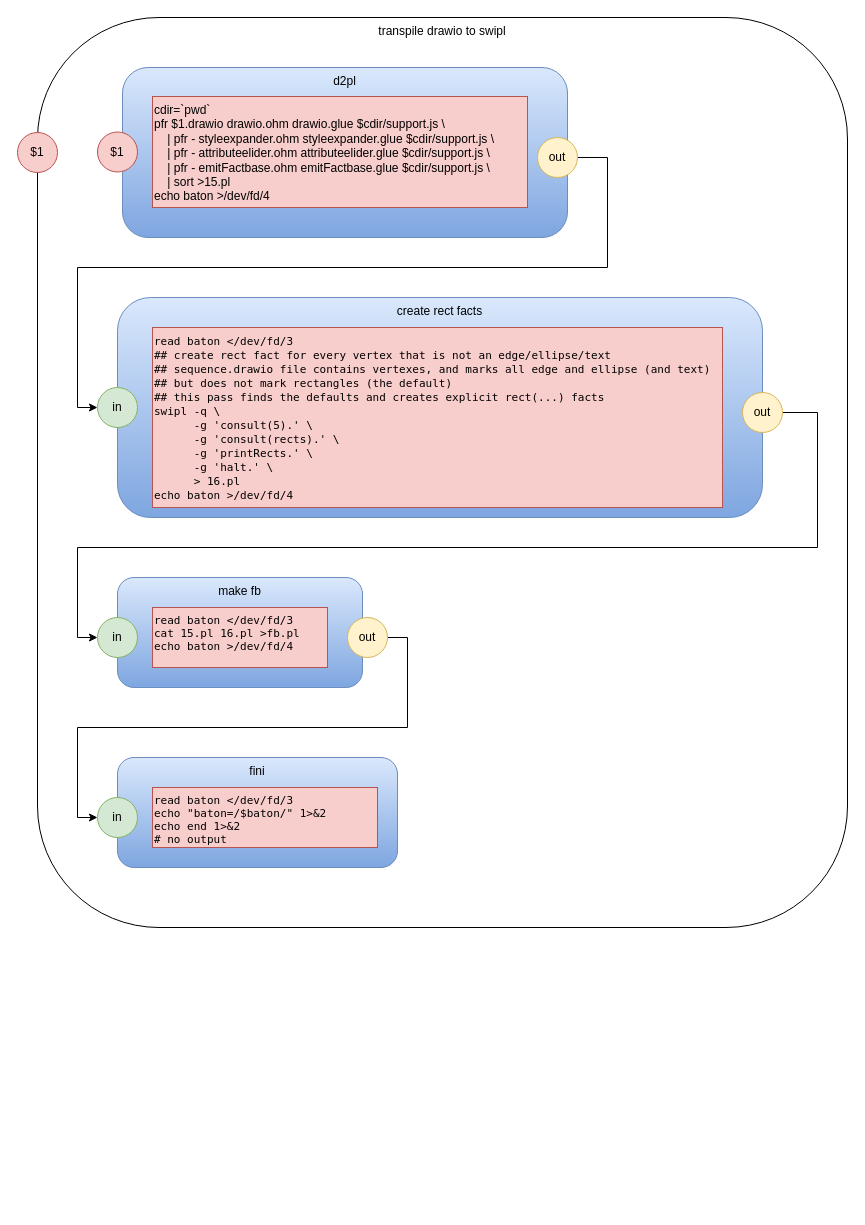
This is transpile_drawio_to_swipl.drawio from guitarvydas/vsh, a draw.io file, before an edit. Source tidied: cells renumbered, new cells numbered last; positions are measured from the earlier drawing's top-left corner, leaving out a move shared by most shapes. Both pictures are drawn from the tidied source at 100%, with x=0, y=0 at pixel (17, 17).
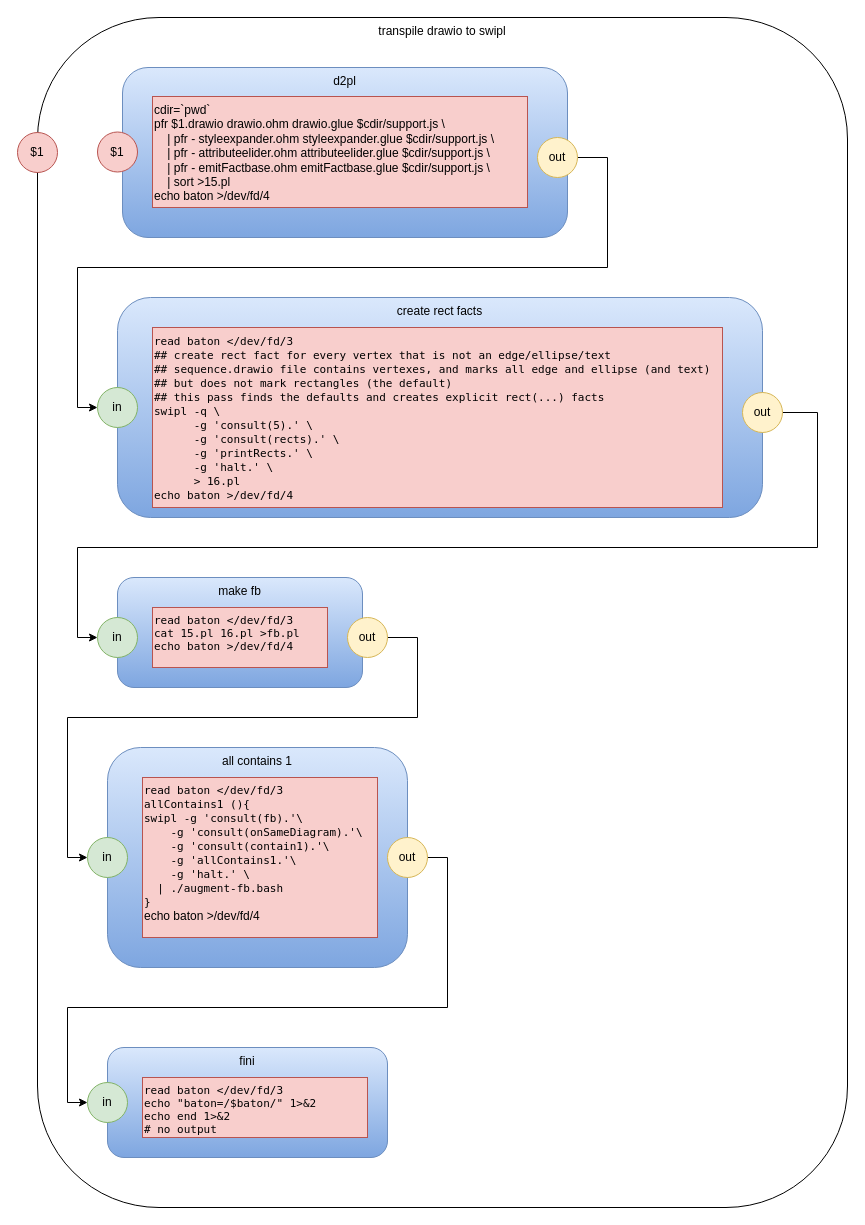
The same diagram, later.

Commit message (it also covers changes not shown here):
all contains 1

The change refers to these unchanged cells:
```xml
<mxCell id="21" value="out" style="ellipse;whiteSpace=wrap;html=1;fillColor=#fff2cc;strokeColor=#d6b656;" parent="1" vertex="1">
  <mxGeometry x="330" y="600" width="40" height="40" as="geometry" />
</mxCell>
```

What changed in the source:
```diff
@@
     <mxCell id="2" value="transpile drawio to swipl" style="rounded=1;whiteSpace=wrap;html=1;verticalAlign=top;" parent="1" vertex="1">
-      <mxGeometry x="20" width="810" height="910" as="geometry" />
+      <mxGeometry x="20" width="810" height="1190" as="geometry" />
     </mxCell>
@@
     <mxCell id="17" value="fini" style="rounded=1;whiteSpace=wrap;html=1;gradientColor=#7ea6e0;fillColor=#dae8fc;strokeColor=#6c8ebf;verticalAlign=top;" parent="1" vertex="1">
-      <mxGeometry x="100" y="740" width="280" height="110" as="geometry" />
+      <mxGeometry x="90" y="1030" width="280" height="110" as="geometry" />
     </mxCell>
     <mxCell id="18" value="in" style="ellipse;whiteSpace=wrap;html=1;fillColor=#d5e8d4;strokeColor=#82b366;" parent="1" vertex="1">
-      <mxGeometry x="80" y="780" width="40" height="40" as="geometry" />
+      <mxGeometry x="70" y="1065" width="40" height="40" as="geometry" />
     </mxCell>
     <mxCell id="19" value="&lt;p class=&quot;p1&quot; style=&quot;margin: 0px ; font-stretch: normal ; font-size: 11px ; line-height: normal ; font-family: &amp;#34;menlo&amp;#34;&quot;&gt;&lt;span class=&quot;s1&quot;&gt;read baton &amp;lt;/dev/fd/3&lt;/span&gt;&lt;/p&gt;&lt;p class=&quot;p1&quot; style=&quot;margin: 0px ; font-stretch: normal ; font-size: 11px ; line-height: normal ; font-family: &amp;#34;menlo&amp;#34;&quot;&gt;&lt;span class=&quot;s1&quot;&gt;echo &quot;baton=/$baton/&quot; 1&amp;gt;&amp;amp;2&lt;/span&gt;&lt;/p&gt;&lt;p class=&quot;p1&quot; style=&quot;margin: 0px ; font-stretch: normal ; font-size: 11px ; line-height: normal ; font-family: &amp;#34;menlo&amp;#34;&quot;&gt;&lt;span class=&quot;s1&quot;&gt;echo end 1&amp;gt;&amp;amp;2&lt;/span&gt;&lt;/p&gt;&lt;p class=&quot;p1&quot; style=&quot;margin: 0px ; font-stretch: normal ; font-size: 11px ; line-height: normal ; font-family: &amp;#34;menlo&amp;#34;&quot;&gt;&lt;span class=&quot;s1&quot;&gt;# no output&lt;/span&gt;&lt;/p&gt;" style="rounded=0;whiteSpace=wrap;html=1;fillColor=#f8cecc;strokeColor=#b85450;align=left;verticalAlign=top;" parent="1" vertex="1">
-      <mxGeometry x="135" y="770" width="225" height="60" as="geometry" />
+      <mxGeometry x="125" y="1060" width="225" height="60" as="geometry" />
     </mxCell>
-    <mxCell id="20" style="edgeStyle=orthogonalEdgeStyle;rounded=0;jettySize=auto;html=1;entryX=0;entryY=0.5;entryDx=0;entryDy=0;" parent="1" edge="1" source="21" target="18">
-      <mxGeometry relative="1" as="geometry">
-        <Array as="points">
-          <mxPoint x="390" y="620" />
-          <mxPoint x="390" y="710" />
-          <mxPoint x="60" y="710" />
-          <mxPoint x="60" y="800" />
-        </Array>
-      </mxGeometry>
-    </mxCell>
+    <mxCell id="22" style="edgeStyle=orthogonalEdgeStyle;rounded=0;jettySize=auto;html=1;entryX=0;entryY=0.5;entryDx=0;entryDy=0;" parent="1" edge="1" source="21" target="24">
+      <mxGeometry relative="1" as="geometry">
+        <Array as="points">
+          <mxPoint x="400" y="620" />
+          <mxPoint x="400" y="700" />
+          <mxPoint x="50" y="700" />
+          <mxPoint x="50" y="840" />
+        </Array>
+      </mxGeometry>
+    </mxCell>
@@
+    <mxCell id="23" value="all contains 1" style="rounded=1;whiteSpace=wrap;html=1;gradientColor=#7ea6e0;fillColor=#dae8fc;strokeColor=#6c8ebf;verticalAlign=top;" parent="1" vertex="1">
+      <mxGeometry x="90" y="730" width="300" height="220" as="geometry" />
+    </mxCell>
+    <mxCell id="24" value="in" style="ellipse;whiteSpace=wrap;html=1;fillColor=#d5e8d4;strokeColor=#82b366;" parent="1" vertex="1">
+      <mxGeometry x="70" y="820" width="40" height="40" as="geometry" />
+    </mxCell>
+    <mxCell id="25" value="&lt;p class=&quot;p1&quot; style=&quot;margin: 0px ; font-stretch: normal ; font-size: 11px ; line-height: normal ; font-family: &amp;#34;menlo&amp;#34;&quot;&gt;&lt;span class=&quot;s1&quot;&gt;read baton &amp;lt;/dev/fd/3&lt;/span&gt;&lt;/p&gt;&lt;p class=&quot;p1&quot; style=&quot;margin: 0px ; font-stretch: normal ; line-height: normal&quot;&gt;&lt;font face=&quot;menlo&quot;&gt;&lt;span style=&quot;font-size: 11px&quot;&gt;allContains1 (){&lt;/span&gt;&lt;/font&gt;&lt;/p&gt;&lt;p class=&quot;p1&quot; style=&quot;margin: 0px ; font-stretch: normal ; line-height: normal&quot;&gt;&lt;font face=&quot;menlo&quot;&gt;&lt;span style=&quot;font-size: 11px&quot;&gt;swipl -g 'consult(fb).'\&lt;/span&gt;&lt;/font&gt;&lt;/p&gt;&lt;p class=&quot;p1&quot; style=&quot;margin: 0px ; font-stretch: normal ; line-height: normal&quot;&gt;&lt;font face=&quot;menlo&quot;&gt;&lt;span style=&quot;font-size: 11px&quot;&gt;&amp;nbsp; &amp;nbsp; -g 'consult(onSameDiagram).'\&lt;/span&gt;&lt;/font&gt;&lt;/p&gt;&lt;p class=&quot;p1&quot; style=&quot;margin: 0px ; font-stretch: normal ; line-height: normal&quot;&gt;&lt;font face=&quot;menlo&quot;&gt;&lt;span style=&quot;font-size: 11px&quot;&gt;&amp;nbsp; &amp;nbsp; -g 'consult(contain1).'\&lt;/span&gt;&lt;/font&gt;&lt;/p&gt;&lt;p class=&quot;p1&quot; style=&quot;margin: 0px ; font-stretch: normal ; line-height: normal&quot;&gt;&lt;font face=&quot;menlo&quot;&gt;&lt;span style=&quot;font-size: 11px&quot;&gt;&amp;nbsp; &amp;nbsp; -g 'allContains1.'\&lt;/span&gt;&lt;/font&gt;&lt;/p&gt;&lt;p class=&quot;p1&quot; style=&quot;margin: 0px ; font-stretch: normal ; line-height: normal&quot;&gt;&lt;font face=&quot;menlo&quot;&gt;&lt;span style=&quot;font-size: 11px&quot;&gt;&amp;nbsp; &amp;nbsp; -g 'halt.' \&lt;/span&gt;&lt;/font&gt;&lt;/p&gt;&lt;p class=&quot;p1&quot; style=&quot;margin: 0px ; font-stretch: normal ; line-height: normal&quot;&gt;&lt;font face=&quot;menlo&quot;&gt;&lt;span style=&quot;font-size: 11px&quot;&gt;&amp;nbsp; | ./augment-fb.bash&amp;nbsp;&lt;/span&gt;&lt;/font&gt;&lt;/p&gt;&lt;p class=&quot;p1&quot; style=&quot;margin: 0px ; font-stretch: normal ; line-height: normal&quot;&gt;&lt;font face=&quot;menlo&quot;&gt;&lt;span class=&quot;s1&quot; style=&quot;font-size: 11px&quot;&gt;&lt;/span&gt;&lt;/font&gt;&lt;/p&gt;&lt;p class=&quot;p1&quot; style=&quot;margin: 0px ; font-stretch: normal ; line-height: normal&quot;&gt;&lt;font face=&quot;menlo&quot;&gt;&lt;span style=&quot;font-size: 11px&quot;&gt;}&lt;/span&gt;&lt;/font&gt;&lt;/p&gt;&lt;div&gt;echo baton &amp;gt;/dev/fd/4&lt;/div&gt;" style="rounded=0;whiteSpace=wrap;html=1;fillColor=#f8cecc;strokeColor=#b85450;align=left;verticalAlign=top;" parent="1" vertex="1">
+      <mxGeometry x="125" y="760" width="235" height="160" as="geometry" />
+    </mxCell>
+    <mxCell id="26" style="edgeStyle=orthogonalEdgeStyle;rounded=0;jettySize=auto;html=1;" parent="1" edge="1" source="27" target="18">
+      <mxGeometry relative="1" as="geometry">
+        <Array as="points">
+          <mxPoint x="430" y="840" />
+          <mxPoint x="430" y="990" />
+          <mxPoint x="50" y="990" />
+          <mxPoint x="50" y="1085" />
+        </Array>
+      </mxGeometry>
+    </mxCell>
+    <mxCell id="27" value="out" style="ellipse;whiteSpace=wrap;html=1;fillColor=#fff2cc;strokeColor=#d6b656;" parent="1" vertex="1">
+      <mxGeometry x="370" y="820" width="40" height="40" as="geometry" />
+    </mxCell>
```
